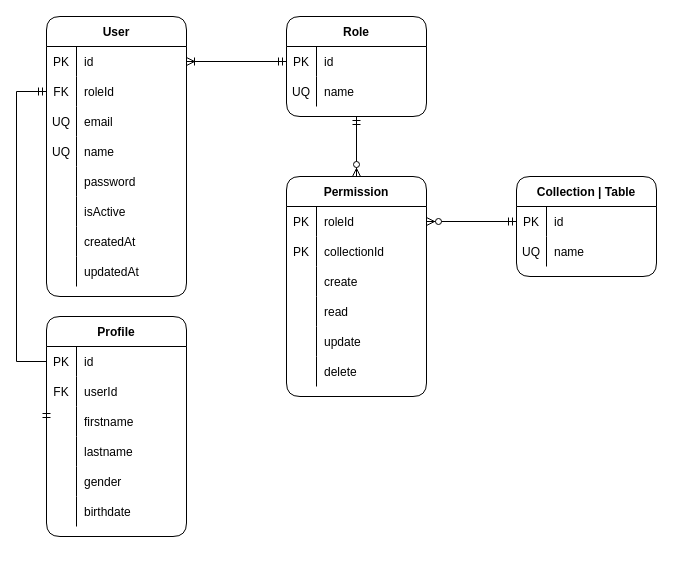
Before: database/db-diagram.drawio in rubenfgr-code/bas-nest-graphql-prisma, a draw.io diagram. Source tidied: cells renumbered, new cells numbered last; positions are measured from the earlier drawing's top-left corner, leaving out a move shared by most shapes. Both pictures are drawn from the tidied source at 100%, with x=0, y=0 at pixel (16, 16).
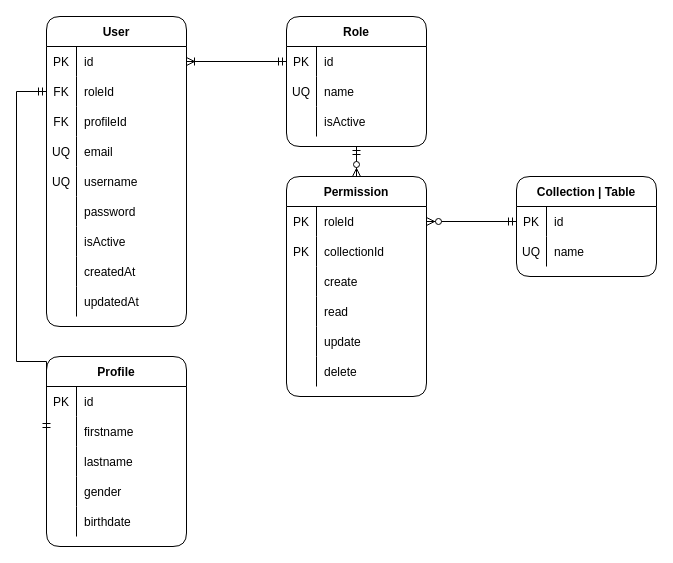
The same page after the edit.

The edit, as a diff of the source:
```diff
@@
     <mxCell id="2" value="User" style="shape=table;startSize=30;childLayout=tableLayout;rowLines=0;fontStyle=1;align=center;rounded=1;" parent="1" vertex="1">
-      <mxGeometry x="30" width="140" height="280" as="geometry" />
+      <mxGeometry x="30" width="140" height="310" as="geometry" />
     </mxCell>
@@
+    <mxCell id="83" style="shape=partialRectangle;fillColor=none;top=0;left=0;bottom=0;right=0;" parent="2" vertex="1">
+      <mxGeometry y="90" width="140" height="30" as="geometry" />
+    </mxCell>
+    <mxCell id="32" value="FK" style="shape=partialRectangle;fillColor=none;top=0;left=0;bottom=0;right=0;fontStyle=0;overflow=hidden;" parent="83" vertex="1">
+      <mxGeometry width="30" height="30" as="geometry" />
+    </mxCell>
+    <mxCell id="84" value="profileId" style="shape=partialRectangle;fillColor=none;top=0;left=0;bottom=0;right=0;align=left;spacingLeft=6;fontStyle=0;overflow=hidden;" parent="83" vertex="1">
+      <mxGeometry x="30" width="110" height="30" as="geometry" />
+    </mxCell>
     <mxCell id="9" style="shape=partialRectangle;fillColor=none;top=0;left=0;bottom=0;right=0;" parent="2" vertex="1">
-      <mxGeometry y="90" width="140" height="30" as="geometry" />
+      <mxGeometry y="120" width="140" height="30" as="geometry" />
     </mxCell>
@@
     <mxCell id="12" style="shape=partialRectangle;fillColor=none;top=0;left=0;bottom=0;right=0;" parent="2" vertex="1">
-      <mxGeometry y="120" width="140" height="30" as="geometry" />
+      <mxGeometry y="150" width="140" height="30" as="geometry" />
     </mxCell>
@@
-    <mxCell id="14" value="name" style="shape=partialRectangle;fillColor=none;top=0;left=0;bottom=0;right=0;align=left;spacingLeft=6;fontStyle=0;overflow=hidden;" parent="12" vertex="1">
+    <mxCell id="14" value="username" style="shape=partialRectangle;fillColor=none;top=0;left=0;bottom=0;right=0;align=left;spacingLeft=6;fontStyle=0;overflow=hidden;" parent="12" vertex="1">
       <mxGeometry x="30" width="110" height="30" as="geometry" />
     </mxCell>
     <mxCell id="15" style="shape=partialRectangle;fillColor=none;top=0;left=0;bottom=0;right=0;" parent="2" vertex="1">
-      <mxGeometry y="150" width="140" height="30" as="geometry" />
+      <mxGeometry y="180" width="140" height="30" as="geometry" />
     </mxCell>
@@
     <mxCell id="18" style="shape=partialRectangle;fillColor=none;top=0;left=0;bottom=0;right=0;" parent="2" vertex="1">
-      <mxGeometry y="180" width="140" height="30" as="geometry" />
+      <mxGeometry y="210" width="140" height="30" as="geometry" />
     </mxCell>
@@
     <mxCell id="21" style="shape=partialRectangle;fillColor=none;top=0;left=0;bottom=0;right=0;" parent="2" vertex="1">
-      <mxGeometry y="210" width="140" height="30" as="geometry" />
+      <mxGeometry y="240" width="140" height="30" as="geometry" />
     </mxCell>
@@
     <mxCell id="24" style="shape=partialRectangle;fillColor=none;top=0;left=0;bottom=0;right=0;" parent="2" vertex="1">
-      <mxGeometry y="240" width="140" height="30" as="geometry" />
+      <mxGeometry y="270" width="140" height="30" as="geometry" />
     </mxCell>
@@
     <mxCell id="27" value="Profile" style="shape=table;startSize=30;childLayout=tableLayout;rowLines=0;fontStyle=1;align=center;rounded=1;" parent="1" vertex="1">
-      <mxGeometry x="30" y="300" width="140" height="220" as="geometry" />
+      <mxGeometry x="30" y="340" width="140" height="190" as="geometry" />
     </mxCell>
@@
-    <mxCell id="31" style="shape=partialRectangle;fillColor=none;top=0;left=0;bottom=0;right=0;" parent="27" vertex="1">
-      <mxGeometry y="60" width="140" height="30" as="geometry" />
-    </mxCell>
-    <mxCell id="32" value="FK" style="shape=partialRectangle;fillColor=none;top=0;left=0;bottom=0;right=0;fontStyle=0;overflow=hidden;" parent="31" vertex="1">
-      <mxGeometry width="30" height="30" as="geometry" />
-    </mxCell>
-    <mxCell id="33" value="userId" style="shape=partialRectangle;fillColor=none;top=0;left=0;bottom=0;right=0;align=left;spacingLeft=6;fontStyle=0;overflow=hidden;" parent="31" vertex="1">
-      <mxGeometry x="30" width="110" height="30" as="geometry" />
-    </mxCell>
     <mxCell id="34" style="shape=partialRectangle;fillColor=none;top=0;left=0;bottom=0;right=0;points=[[0,0.5],[1,0.5]];portConstraint=eastwest;" parent="27" vertex="1">
-      <mxGeometry y="90" width="140" height="30" as="geometry" />
+      <mxGeometry y="60" width="140" height="30" as="geometry" />
     </mxCell>
@@
     <mxCell id="37" style="shape=partialRectangle;fillColor=none;top=0;left=0;bottom=0;right=0;" parent="27" vertex="1">
-      <mxGeometry y="120" width="140" height="30" as="geometry" />
+      <mxGeometry y="90" width="140" height="30" as="geometry" />
     </mxCell>
@@
     <mxCell id="40" style="shape=partialRectangle;fillColor=none;top=0;left=0;bottom=0;right=0;" parent="27" vertex="1">
-      <mxGeometry y="150" width="140" height="30" as="geometry" />
+      <mxGeometry y="120" width="140" height="30" as="geometry" />
     </mxCell>
@@
     <mxCell id="43" style="shape=partialRectangle;fillColor=none;top=0;left=0;bottom=0;right=0;" parent="27" vertex="1">
-      <mxGeometry y="180" width="140" height="30" as="geometry" />
+      <mxGeometry y="150" width="140" height="30" as="geometry" />
     </mxCell>
@@
     <mxCell id="47" value="Role" style="shape=table;startSize=30;childLayout=tableLayout;rowLines=0;fontStyle=1;align=center;rounded=1;" parent="1" vertex="1">
-      <mxGeometry x="270" width="140" height="100" as="geometry" />
+      <mxGeometry x="270" width="140" height="130" as="geometry" />
     </mxCell>
@@
+    <mxCell id="85" style="shape=partialRectangle;fillColor=none;top=0;left=0;bottom=0;right=0;" parent="47" vertex="1">
+      <mxGeometry y="90" width="140" height="30" as="geometry" />
+    </mxCell>
+    <mxCell id="86" style="shape=partialRectangle;fillColor=none;top=0;left=0;bottom=0;right=0;fontStyle=0;overflow=hidden;" parent="85" vertex="1">
+      <mxGeometry width="30" height="30" as="geometry" />
+    </mxCell>
+    <mxCell id="87" value="isActive" style="shape=partialRectangle;fillColor=none;top=0;left=0;bottom=0;right=0;align=left;spacingLeft=6;fontStyle=0;overflow=hidden;" parent="85" vertex="1">
+      <mxGeometry x="30" width="110" height="30" as="geometry" />
+    </mxCell>
```
